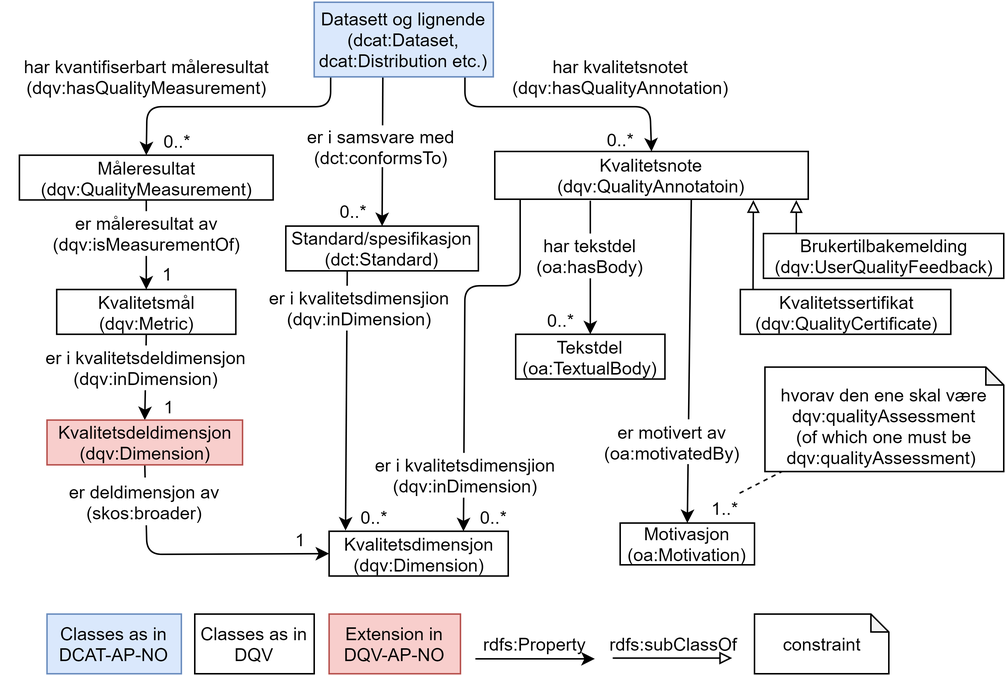
Above: docs/images/dqv-ap-no.png in Informasjonsforvaltning/dqv-ap-no (draw.io), before the change. Source tidied: cells renumbered, new cells last; positions are measured from the earlier drawing's top-left corner, leaving out a move shared by most shapes.
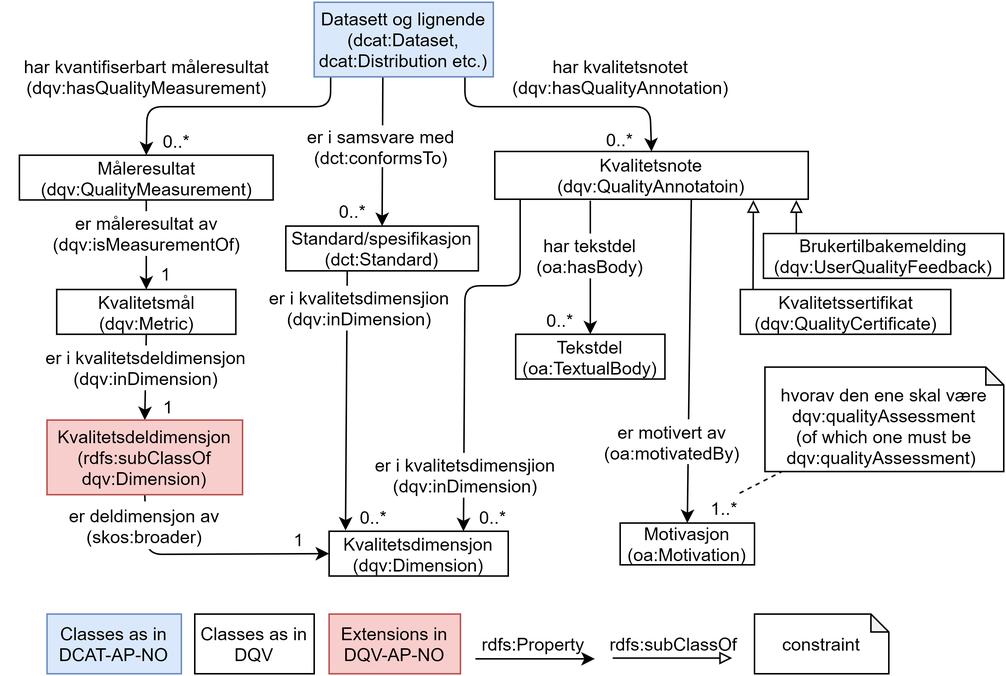
After the change.

Commit message:
Liten tekstlig justering av dqv-ap-no modell.

Diff of the diagram source:
```diff
@@ -131,11 +131,11 @@
     <mxCell id="33" value="er i kvalitetsdimensjion (dqv:inDimension)" style="text;html=1;align=center;verticalAlign=middle;whiteSpace=wrap;rounded=0;fillColor=#FFFFFF;" parent="1" vertex="1">
       <mxGeometry x="246.5" y="302" width="127" height="30" as="geometry" />
     </mxCell>
-    <mxCell id="34" value="Kvalitetsdeldimensjon&lt;br&gt;(dqv:Dimension)" style="rounded=0;whiteSpace=wrap;html=1;fillColor=#f8cecc;strokeColor=#b85450;" parent="1" vertex="1">
-      <mxGeometry x="30" y="280" width="131" height="30" as="geometry" />
+    <mxCell id="34" value="Kvalitetsdeldimensjon&lt;br&gt;(rdfs:subClassOf dqv:Dimension)" style="rounded=0;whiteSpace=wrap;html=1;fillColor=#f8cecc;strokeColor=#b85450;" parent="1" vertex="1">
+      <mxGeometry x="30" y="280" width="131" height="50" as="geometry" />
     </mxCell>
     <mxCell id="35" value="er deldimensjon av (skos:broader)" style="text;html=1;align=center;verticalAlign=middle;whiteSpace=wrap;rounded=0;fillColor=#FFFFFF;" parent="1" vertex="1">
-      <mxGeometry x="11.5" y="318.5" width="167" height="32" as="geometry" />
+      <mxGeometry x="11.5" y="334.5" width="167" height="32" as="geometry" />
     </mxCell>
     <mxCell id="36" value="Tekstdel (oa:TextualBody)" style="rounded=0;whiteSpace=wrap;html=1;" parent="1" vertex="1">
       <mxGeometry x="344" y="222.5" width="100" height="30" as="geometry" />
@@ -176,7 +176,7 @@
     <mxCell id="48" value="Classes as in DQV" style="rounded=0;whiteSpace=wrap;html=1;fillColor=#FFFFFF;" parent="1" vertex="1">
       <mxGeometry x="129" y="410" width="80" height="40" as="geometry" />
     </mxCell>
-    <mxCell id="49" value="Extension in DQV-AP-NO" style="rounded=0;whiteSpace=wrap;html=1;fillColor=#f8cecc;strokeColor=#b85450;" parent="1" vertex="1">
+    <mxCell id="49" value="Extensions in DQV-AP-NO" style="rounded=0;whiteSpace=wrap;html=1;fillColor=#f8cecc;strokeColor=#b85450;" parent="1" vertex="1">
       <mxGeometry x="219" y="410" width="88" height="40" as="geometry" />
     </mxCell>
     <mxCell id="50" style="endArrow=classic;html=1;" parent="1" edge="1">
```
